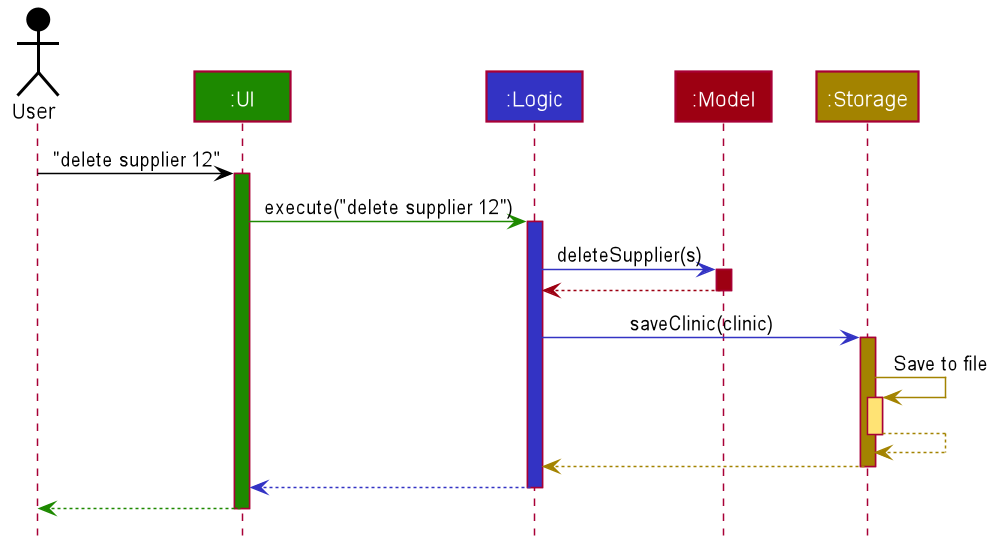
tohyuting/tp keeps this PlantUML diagram as docs/images/ArchitectureSequenceDiagram.png. Above is the earlier version. Source of this version:
```plantuml
@startuml








skinparam BackgroundColor #FFFFFFF

skinparam Shadowing false

skinparam Class {
    FontColor #FFFFFF
    BorderThickness 1
    BorderColor #FFFFFF
    StereotypeFontColor #FFFFFF
    FontName Arial
}

skinparam Actor {
    BorderColor #000000
    Color #000000
    FontName Arial
}

skinparam Sequence {
    MessageAlign center
    BoxFontSize 15
    BoxPadding 0
    BoxFontColor #FFFFFF
    FontName Arial
}

skinparam Participant {
    FontColor #FFFFFFF
    Padding 20
}

skinparam MinClassWidth 50
skinparam ParticipantPadding 10
skinparam Shadowing false
skinparam DefaultTextAlignment center
skinparam packageStyle Rectangle

hide footbox
hide members
hide circle

Actor User as user #000000
Participant ":UI" as ui #1D8900
Participant ":Logic" as logic #3333C4
Participant ":Model" as model #9D0012
Participant ":Storage" as storage #A38300

user -[#000000]> ui : "delete supplier 12"
activate ui #1D8900

ui -[#1D8900]> logic : execute("delete supplier 12")
activate logic #3333C4

logic -[#3333C4]> model : deleteSupplier(s)
activate model #9D0012

model -[#9D0012]-> logic
deactivate model

logic -[#3333C4]> storage : saveClinic(clinic)
activate storage #A38300

storage -[#A38300]> storage : Save to file
activate storage #FFE374
storage --[#A38300]> storage
deactivate storage

storage --[#A38300]> logic
deactivate storage

logic --[#3333C4]> ui
deactivate logic

ui--[#1D8900]> user
deactivate ui
@enduml
```
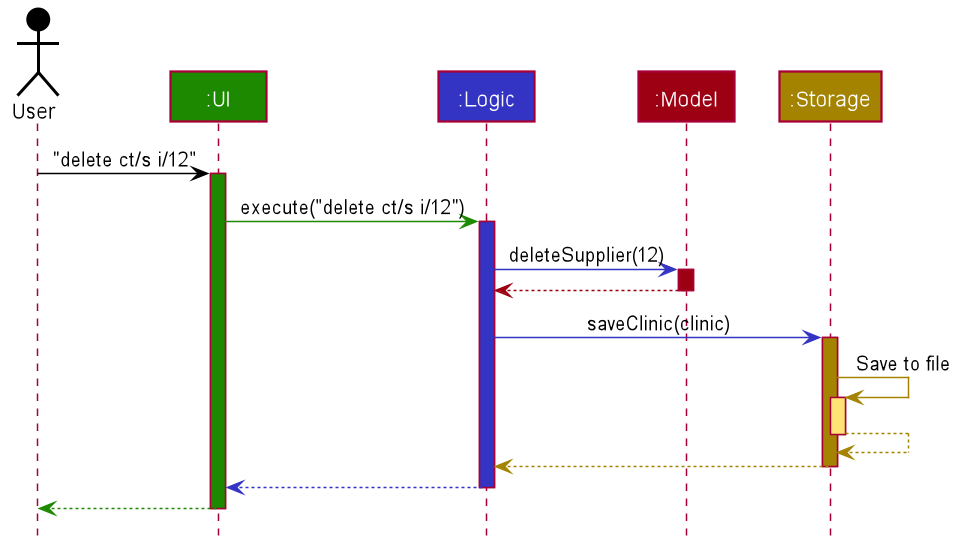
The same file after the commit.

Diff of the diagram source:
```diff
@@ -54,13 +54,13 @@
 Participant ":Model" as model #9D0012
 Participant ":Storage" as storage #A38300
 
-user -[#000000]> ui : "delete supplier 12"
+user -[#000000]> ui : "delete ct/s i/12"
 activate ui #1D8900
 
-ui -[#1D8900]> logic : execute("delete supplier 12")
+ui -[#1D8900]> logic : execute("delete ct/s i/12")
 activate logic #3333C4
 
-logic -[#3333C4]> model : deleteSupplier(s)
+logic -[#3333C4]> model : deleteSupplier(12)
 activate model #9D0012
 
 model -[#9D0012]-> logic
```
